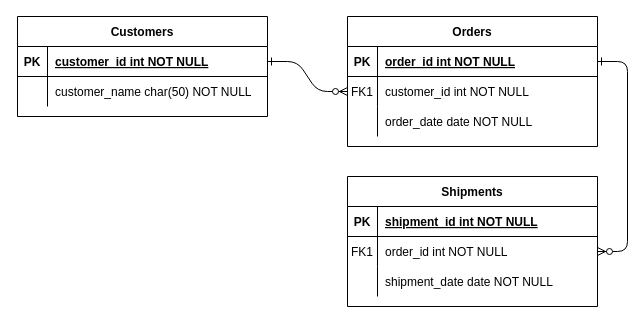
Above: Untitled Diagram.drawio in realTravisTea/realTravisTea (draw.io), before the change. Source tidied: cells renumbered, new cells numbered last; positions are measured from the earlier drawing's top-left corner, leaving out a move shared by most shapes. Both pictures are drawn from the tidied source at 100%, with x=0, y=0 at pixel (17, 16).
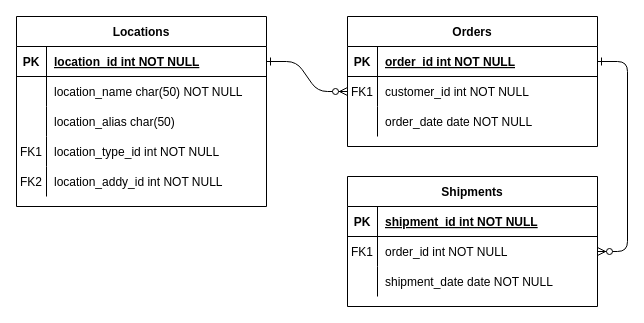
The same diagram, later.

Unchanged cells that the change refers to:
```xml
<mxCell id="25" style="shape=partialRectangle;fillColor=none;points=[[0,0.5],[1,0.5]];portConstraint=eastwest;top=0;left=0;right=0;bottom=1;" parent="24" vertex="1">
  <mxGeometry y="30" width="250" height="30" as="geometry" />
</mxCell>
<mxCell id="28" style="shape=partialRectangle;fillColor=none;top=0;left=0;right=0;bottom=0;" parent="24" vertex="1">
  <mxGeometry y="60" width="250" height="30" as="geometry" />
</mxCell>
```

Change to the diagram source:
```diff
@@
-    <mxCell id="24" value="Customers" style="shape=table;startSize=30;childLayout=tableLayout;rowLines=0;fontStyle=1;align=center;" parent="1" vertex="1">
-      <mxGeometry width="250" height="100" as="geometry" />
+    <mxCell id="24" value="Locations" style="shape=table;startSize=30;childLayout=tableLayout;rowLines=0;fontStyle=1;align=center;" parent="1" vertex="1">
+      <mxGeometry x="-1" width="250" height="190" as="geometry" />
     </mxCell>
@@
-    <mxCell id="27" value="customer_id int NOT NULL " style="shape=partialRectangle;overflow=hidden;fillColor=none;top=0;left=0;bottom=0;right=0;align=left;spacingLeft=6;fontStyle=5;" parent="25" vertex="1">
+    <mxCell id="27" value="location_id int NOT NULL" style="shape=partialRectangle;overflow=hidden;fillColor=none;top=0;left=0;bottom=0;right=0;align=left;spacingLeft=6;fontStyle=5;" parent="25" vertex="1">
       <mxGeometry x="30" width="220" height="30" as="geometry" />
     </mxCell>
@@
-    <mxCell id="30" value="customer_name char(50) NOT NULL" style="shape=partialRectangle;overflow=hidden;fillColor=none;top=0;left=0;bottom=0;right=0;align=left;spacingLeft=6;" parent="28" vertex="1">
+    <mxCell id="30" value="location_name char(50) NOT NULL" style="shape=partialRectangle;overflow=hidden;fillColor=none;top=0;left=0;bottom=0;right=0;align=left;spacingLeft=6;" parent="28" vertex="1">
       <mxGeometry x="30" width="220" height="30" as="geometry" />
     </mxCell>
+    <mxCell id="31" style="shape=partialRectangle;fillColor=none;top=0;left=0;right=0;bottom=0;" parent="24" vertex="1">
+      <mxGeometry y="90" width="250" height="30" as="geometry" />
+    </mxCell>
+    <mxCell id="32" style="shape=partialRectangle;overflow=hidden;fillColor=none;top=0;left=0;bottom=0;right=0;" parent="31" vertex="1">
+      <mxGeometry width="30" height="30" as="geometry" />
+    </mxCell>
+    <mxCell id="33" value="location_alias char(50)" style="shape=partialRectangle;overflow=hidden;fillColor=none;top=0;left=0;bottom=0;right=0;align=left;spacingLeft=6;" parent="31" vertex="1">
+      <mxGeometry x="30" width="220" height="30" as="geometry" />
+    </mxCell>
+    <mxCell id="34" style="shape=partialRectangle;fillColor=none;top=0;left=0;right=0;bottom=0;" parent="24" vertex="1">
+      <mxGeometry y="120" width="250" height="30" as="geometry" />
+    </mxCell>
+    <mxCell id="35" value="FK1" style="shape=partialRectangle;overflow=hidden;fillColor=none;top=0;left=0;bottom=0;right=0;" parent="34" vertex="1">
+      <mxGeometry width="30" height="30" as="geometry" />
+    </mxCell>
+    <mxCell id="36" value="location_type_id int NOT NULL" style="shape=partialRectangle;overflow=hidden;fillColor=none;top=0;left=0;bottom=0;right=0;align=left;spacingLeft=6;" parent="34" vertex="1">
+      <mxGeometry x="30" width="220" height="30" as="geometry" />
+    </mxCell>
+    <mxCell id="37" style="shape=partialRectangle;fillColor=none;top=0;left=0;right=0;bottom=0;" parent="24" vertex="1">
+      <mxGeometry y="150" width="250" height="30" as="geometry" />
+    </mxCell>
+    <mxCell id="38" value="FK2" style="shape=partialRectangle;overflow=hidden;fillColor=none;top=0;left=0;bottom=0;right=0;" parent="37" vertex="1">
+      <mxGeometry width="30" height="30" as="geometry" />
+    </mxCell>
+    <mxCell id="39" value="location_addy_id int NOT NULL" style="shape=partialRectangle;overflow=hidden;fillColor=none;top=0;left=0;bottom=0;right=0;align=left;spacingLeft=6;" parent="37" vertex="1">
+      <mxGeometry x="30" width="220" height="30" as="geometry" />
+    </mxCell>
```
